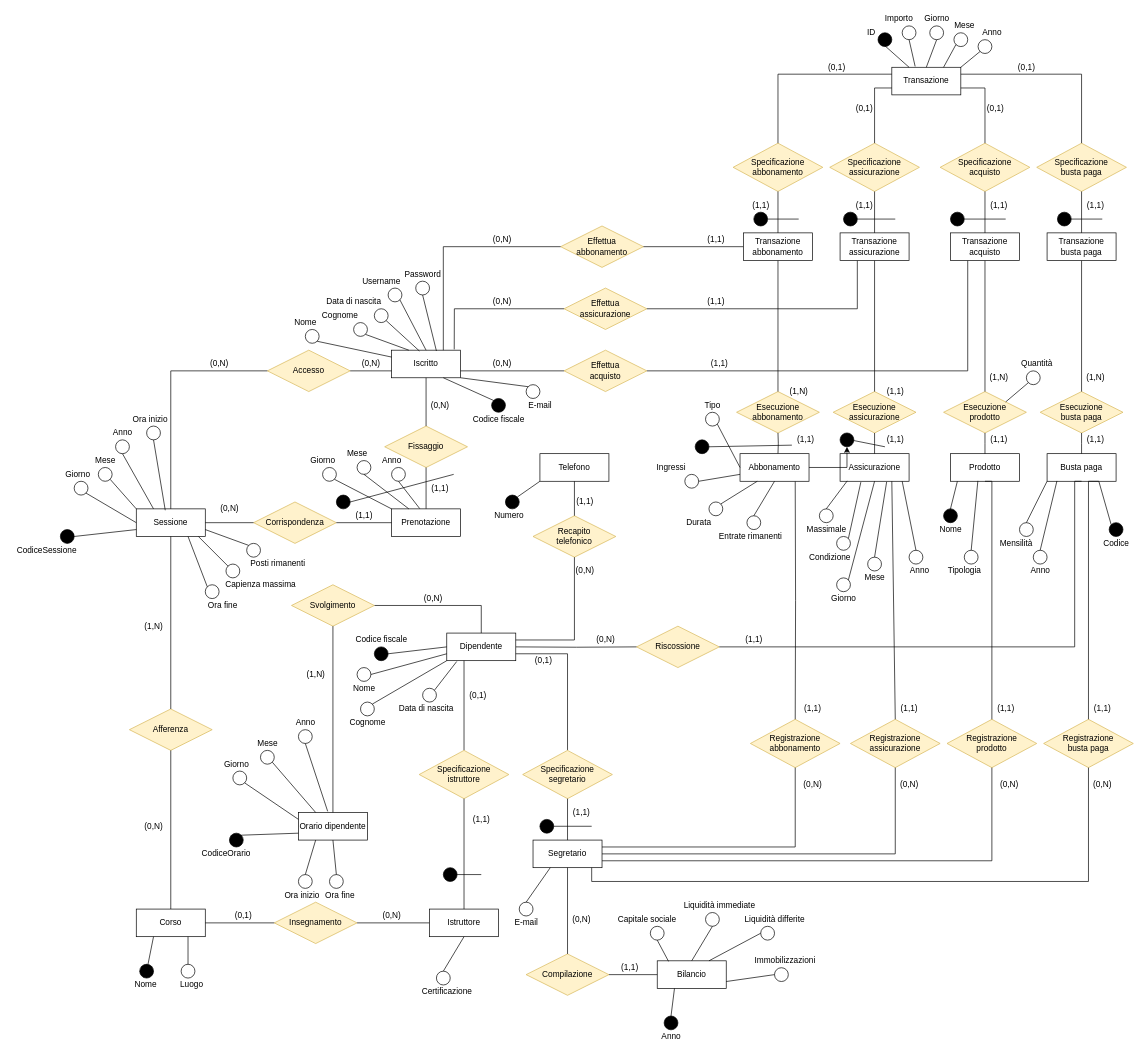
DavideNunin/anconarockclimb keeps this draw.io diagram as Diagrammi ER/ER_ristrutturato.drawio. Above is the earlier version. Source tidied: cells renumbered, new cells numbered last; positions are measured from the earlier drawing's top-left corner, leaving out a move shared by most shapes. Both pictures are drawn from the tidied source at 69%, with x=0, y=0 at pixel (12, 12).
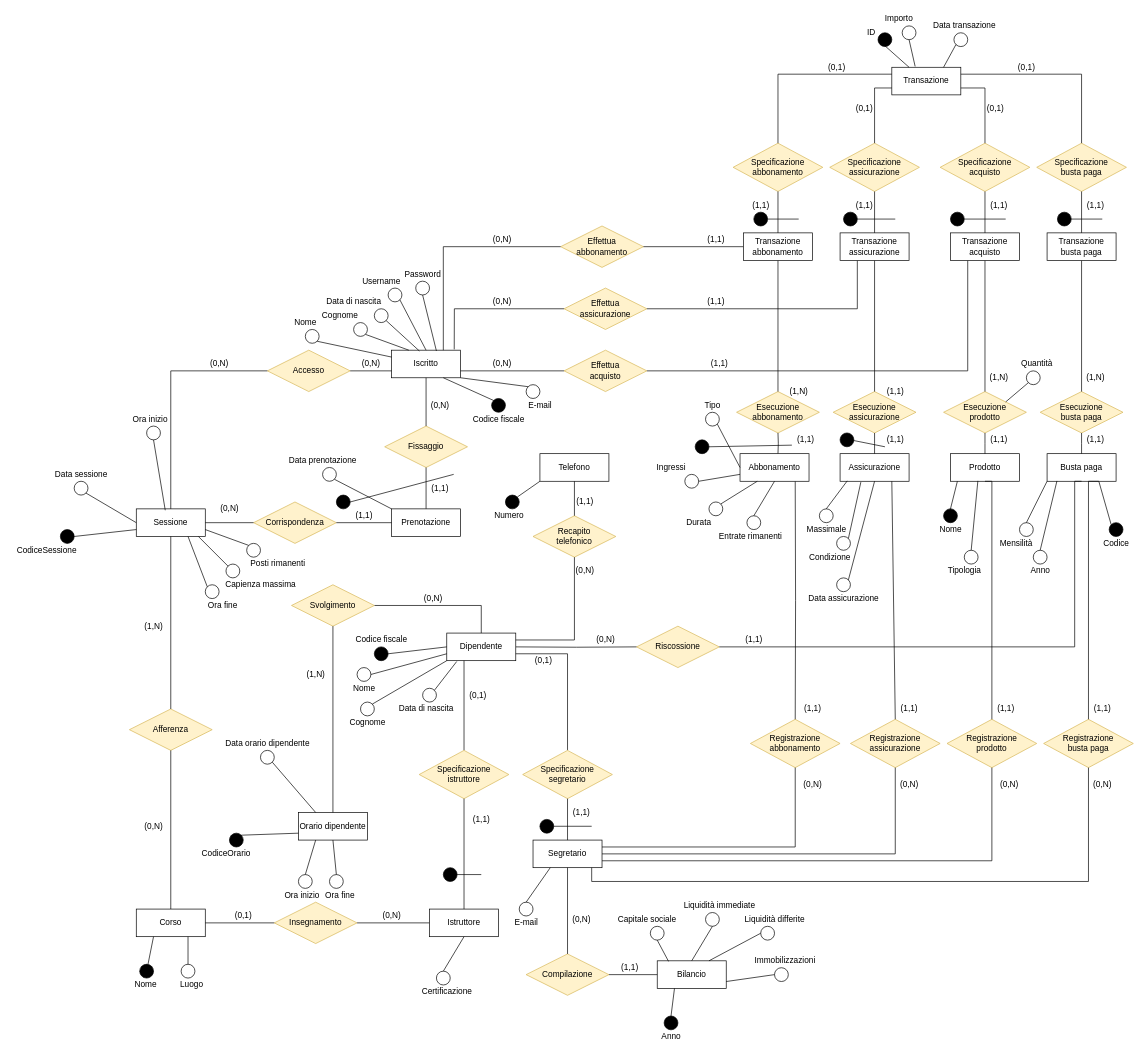
The same diagram, later.

Unchanged cells that the change refers to:
```xml
<mxCell id="4" value="Sessione" style="whiteSpace=wrap;html=1;align=center;" parent="1" vertex="1">
  <mxGeometry x="180" y="720" width="100" height="40" as="geometry" />
</mxCell>
<mxCell id="9" value="Prenotazione" style="whiteSpace=wrap;html=1;align=center;" parent="1" vertex="1">
  <mxGeometry x="550" y="720" width="100" height="40" as="geometry" />
</mxCell>
<mxCell id="23" value="Assicurazione" style="whiteSpace=wrap;html=1;align=center;" parent="1" vertex="1">
  <mxGeometry x="1200" y="640" width="100" height="40" as="geometry" />
</mxCell>
<mxCell id="158" style="ellipse;whiteSpace=wrap;html=1;glass=0;fillColor=#000000;" parent="1" vertex="1">
  <mxGeometry x="1200" y="610" width="20" height="20" as="geometry" />
</mxCell>
<mxCell id="182" value="Transazione" style="whiteSpace=wrap;html=1;align=center;" parent="1" vertex="1">
  <mxGeometry x="1275" y="80" width="100" height="40" as="geometry" />
</mxCell>
<mxCell id="231" value="Abbonamento" style="whiteSpace=wrap;html=1;align=center;" parent="1" vertex="1">
  <mxGeometry x="1055" y="640" width="100" height="40" as="geometry" />
</mxCell>
<mxCell id="246" value="Orario dipendente" style="whiteSpace=wrap;html=1;align=center;" parent="1" vertex="1">
  <mxGeometry x="415" y="1160" width="100" height="40" as="geometry" />
</mxCell>
<mxCell id="300" style="ellipse;whiteSpace=wrap;html=1;glass=0;" parent="1" vertex="1">
  <mxGeometry x="360" y="1070" width="20" height="20" as="geometry" />
</mxCell>
```

Change to the diagram source:
```diff
@@
-    <mxCell id="64" value="Giorno" style="text;html=1;align=center;verticalAlign=middle;strokeColor=none;fillColor=none;" parent="1" vertex="1">
-      <mxGeometry x="70" y="660" width="50" height="20" as="geometry" />
-    </mxCell>
@@
-    <mxCell id="67" style="ellipse;whiteSpace=wrap;html=1;glass=0;" parent="1" vertex="1">
-      <mxGeometry x="150" y="620" width="20" height="20" as="geometry" />
-    </mxCell>
-    <mxCell id="68" style="ellipse;whiteSpace=wrap;html=1;glass=0;" parent="1" vertex="1">
-      <mxGeometry x="125" y="660" width="20" height="20" as="geometry" />
-    </mxCell>
-    <mxCell id="69" value="Mese" style="text;html=1;align=center;verticalAlign=middle;strokeColor=none;fillColor=none;" parent="1" vertex="1">
-      <mxGeometry x="110" y="640" width="50" height="20" as="geometry" />
-    </mxCell>
-    <mxCell id="70" value="Anno" style="text;html=1;align=center;verticalAlign=middle;strokeColor=none;fillColor=none;" parent="1" vertex="1">
-      <mxGeometry x="140" y="600" width="40" height="20" as="geometry" />
-    </mxCell>
@@
-    <mxCell id="81" style="endArrow=none;html=1;rounded=0;exitX=0;exitY=0;exitDx=0;exitDy=0;entryX=1;entryY=1;entryDx=0;entryDy=0;" parent="1" edge="1" source="4" target="68">
-      <mxGeometry relative="1" as="geometry" />
-    </mxCell>
-    <mxCell id="82" style="endArrow=none;html=1;rounded=0;entryX=0.5;entryY=1;entryDx=0;entryDy=0;exitX=0.25;exitY=0;exitDx=0;exitDy=0;" parent="1" edge="1" source="4" target="67">
-      <mxGeometry relative="1" as="geometry" />
-    </mxCell>
@@
-    <mxCell id="136" style="ellipse;whiteSpace=wrap;html=1;glass=0;" parent="1" vertex="1">
-      <mxGeometry x="1240" y="790" width="20" height="20" as="geometry" />
-    </mxCell>
-    <mxCell id="137" style="ellipse;whiteSpace=wrap;html=1;glass=0;" parent="1" vertex="1">
-      <mxGeometry x="1300" y="780" width="20" height="20" as="geometry" />
-    </mxCell>
@@
-    <mxCell id="139" value="Giorno" style="text;html=1;align=center;verticalAlign=middle;strokeColor=none;fillColor=none;" parent="1" vertex="1">
-      <mxGeometry x="1180" y="840" width="50" height="20" as="geometry" />
+    <mxCell id="139" value="Data assicurazione" style="text;html=1;align=center;verticalAlign=middle;strokeColor=none;fillColor=none;" parent="1" vertex="1">
+      <mxGeometry x="1145" y="840" width="120" height="20" as="geometry" />
     </mxCell>
-    <mxCell id="140" value="Mese" style="text;html=1;align=center;verticalAlign=middle;strokeColor=none;fillColor=none;" parent="1" vertex="1">
-      <mxGeometry x="1225" y="810" width="50" height="20" as="geometry" />
-    </mxCell>
-    <mxCell id="141" value="Anno" style="text;html=1;align=center;verticalAlign=middle;strokeColor=none;fillColor=none;" parent="1" vertex="1">
-      <mxGeometry x="1295" y="800" width="40" height="20" as="geometry" />
-    </mxCell>
@@
-    <mxCell id="143" style="endArrow=none;html=1;rounded=0;exitX=0.5;exitY=0;exitDx=0;exitDy=0;entryX=0.675;entryY=1.021;entryDx=0;entryDy=0;entryPerimeter=0;" parent="1" edge="1" source="136" target="23">
-      <mxGeometry relative="1" as="geometry" />
-    </mxCell>
-    <mxCell id="144" style="endArrow=none;html=1;rounded=0;exitX=0.5;exitY=0;exitDx=0;exitDy=0;" parent="1" edge="1" source="137">
-      <mxGeometry relative="1" as="geometry">
-        <mxPoint x="1290" y="680" as="targetPoint" />
-      </mxGeometry>
-    </mxCell>
-    <mxCell id="145" style="ellipse;whiteSpace=wrap;html=1;glass=0;" parent="1" vertex="1">
-      <mxGeometry x="550" y="660" width="20" height="20" as="geometry" />
-    </mxCell>
-    <mxCell id="146" style="ellipse;whiteSpace=wrap;html=1;glass=0;" parent="1" vertex="1">
-      <mxGeometry x="500" y="650" width="20" height="20" as="geometry" />
-    </mxCell>
@@
-    <mxCell id="148" value="Giorno" style="text;html=1;align=center;verticalAlign=middle;strokeColor=none;fillColor=none;" parent="1" vertex="1">
-      <mxGeometry x="425" y="640" width="50" height="20" as="geometry" />
+    <mxCell id="148" value="Data prenotazione" style="text;html=1;align=center;verticalAlign=middle;strokeColor=none;fillColor=none;" parent="1" vertex="1">
+      <mxGeometry x="395" y="640" width="110" height="20" as="geometry" />
     </mxCell>
-    <mxCell id="149" value="Mese" style="text;html=1;align=center;verticalAlign=middle;strokeColor=none;fillColor=none;" parent="1" vertex="1">
-      <mxGeometry x="475" y="630" width="50" height="20" as="geometry" />
-    </mxCell>
-    <mxCell id="150" value="Anno" style="text;html=1;align=center;verticalAlign=middle;strokeColor=none;fillColor=none;" parent="1" vertex="1">
-      <mxGeometry x="530" y="640" width="40" height="20" as="geometry" />
-    </mxCell>
@@
-    <mxCell id="152" style="endArrow=none;html=1;rounded=0;entryX=0.408;entryY=-0.01;entryDx=0;entryDy=0;exitX=0.5;exitY=1;exitDx=0;exitDy=0;entryPerimeter=0;" parent="1" edge="1" source="145" target="9">
-      <mxGeometry relative="1" as="geometry" />
-    </mxCell>
-    <mxCell id="153" style="endArrow=none;html=1;rounded=0;entryX=0.25;entryY=0;entryDx=0;entryDy=0;exitX=0.5;exitY=1;exitDx=0;exitDy=0;" parent="1" edge="1" source="146" target="9">
-      <mxGeometry relative="1" as="geometry" />
-    </mxCell>
@@
-    <mxCell id="188" style="ellipse;whiteSpace=wrap;html=1;glass=0;" parent="1" vertex="1">
-      <mxGeometry x="1330" y="20" width="20" height="20" as="geometry" />
-    </mxCell>
@@
-    <mxCell id="190" style="ellipse;whiteSpace=wrap;html=1;glass=0;" parent="1" vertex="1">
-      <mxGeometry x="1400" y="40" width="20" height="20" as="geometry" />
-    </mxCell>
@@
-    <mxCell id="194" value="Giorno" style="text;html=1;align=center;verticalAlign=middle;strokeColor=none;fillColor=none;" parent="1" vertex="1">
-      <mxGeometry x="1315" width="50" height="20" as="geometry" />
-    </mxCell>
-    <mxCell id="195" style="endArrow=none;html=1;rounded=0;exitX=0.5;exitY=0;exitDx=0;exitDy=0;entryX=0.5;entryY=1;entryDx=0;entryDy=0;" parent="1" edge="1" source="182" target="188">
-      <mxGeometry relative="1" as="geometry" />
-    </mxCell>
-    <mxCell id="196" value="Mese" style="text;html=1;align=center;verticalAlign=middle;strokeColor=none;fillColor=none;" parent="1" vertex="1">
-      <mxGeometry x="1355" y="10" width="50" height="20" as="geometry" />
+    <mxCell id="196" value="Data transazione" style="text;html=1;align=center;verticalAlign=middle;strokeColor=none;fillColor=none;" parent="1" vertex="1">
+      <mxGeometry x="1325" y="10" width="110" height="20" as="geometry" />
     </mxCell>
@@
-    <mxCell id="198" value="Anno" style="text;html=1;align=center;verticalAlign=middle;strokeColor=none;fillColor=none;" parent="1" vertex="1">
-      <mxGeometry x="1400" y="20" width="40" height="20" as="geometry" />
-    </mxCell>
-    <mxCell id="199" style="endArrow=none;html=1;rounded=0;exitX=1;exitY=0;exitDx=0;exitDy=0;entryX=0;entryY=1;entryDx=0;entryDy=0;" parent="1" edge="1" source="182" target="190">
-      <mxGeometry relative="1" as="geometry" />
-    </mxCell>
@@
-    <mxCell id="230" style="edgeStyle=orthogonalEdgeStyle;rounded=0;jettySize=auto;html=1;" parent="1" edge="1" source="231" target="158">
-      <mxGeometry relative="1" as="geometry" />
-    </mxCell>
@@
-    <mxCell id="299" style="ellipse;whiteSpace=wrap;html=1;glass=0;" parent="1" vertex="1">
-      <mxGeometry x="415" y="1040" width="20" height="20" as="geometry" />
-    </mxCell>
@@
-    <mxCell id="301" style="ellipse;whiteSpace=wrap;html=1;glass=0;" parent="1" vertex="1">
-      <mxGeometry x="320" y="1100" width="20" height="20" as="geometry" />
-    </mxCell>
-    <mxCell id="302" value="Giorno" style="text;html=1;align=center;verticalAlign=middle;strokeColor=none;fillColor=none;" parent="1" vertex="1">
-      <mxGeometry x="300" y="1080" width="50" height="20" as="geometry" />
-    </mxCell>
-    <mxCell id="303" value="Mese" style="text;html=1;align=center;verticalAlign=middle;strokeColor=none;fillColor=none;" parent="1" vertex="1">
-      <mxGeometry x="345" y="1050" width="50" height="20" as="geometry" />
+    <mxCell id="303" value="Data orario dipendente" style="text;html=1;align=center;verticalAlign=middle;strokeColor=none;fillColor=none;" parent="1" vertex="1">
+      <mxGeometry x="300" y="1050" width="140" height="20" as="geometry" />
     </mxCell>
-    <mxCell id="304" value="Anno" style="text;html=1;align=center;verticalAlign=middle;strokeColor=none;fillColor=none;" parent="1" vertex="1">
-      <mxGeometry x="405" y="1020" width="40" height="20" as="geometry" />
-    </mxCell>
@@
-    <mxCell id="328" style="endArrow=none;html=1;rounded=0;entryX=1;entryY=1;entryDx=0;entryDy=0;exitX=0;exitY=0.25;exitDx=0;exitDy=0;" parent="1" edge="1" source="246" target="301">
-      <mxGeometry relative="1" as="geometry" />
-    </mxCell>
-    <mxCell id="329" style="endArrow=none;html=1;rounded=0;entryX=1;entryY=1;entryDx=0;entryDy=0;exitX=0.25;exitY=0;exitDx=0;exitDy=0;" parent="1" edge="1" source="246" target="300">
-      <mxGeometry relative="1" as="geometry" />
-    </mxCell>
-    <mxCell id="330" style="endArrow=none;html=1;rounded=0;entryX=0.424;entryY=-0.04;entryDx=0;entryDy=0;exitX=0.5;exitY=1;exitDx=0;exitDy=0;entryPerimeter=0;" parent="1" edge="1" source="299" target="246">
-      <mxGeometry relative="1" as="geometry" />
-    </mxCell>
@@
+    <mxCell id="346" value="Data sessione" style="text;html=1;align=center;verticalAlign=middle;strokeColor=none;fillColor=none;" parent="1" vertex="1">
+      <mxGeometry x="55" y="660" width="90" height="20" as="geometry" />
+    </mxCell>
+    <mxCell id="347" style="endArrow=none;html=1;rounded=0;entryX=0.25;entryY=0;entryDx=0;entryDy=0;exitX=1;exitY=1;exitDx=0;exitDy=0;" parent="1" edge="1" source="300" target="246">
+      <mxGeometry relative="1" as="geometry" />
+    </mxCell>
```
